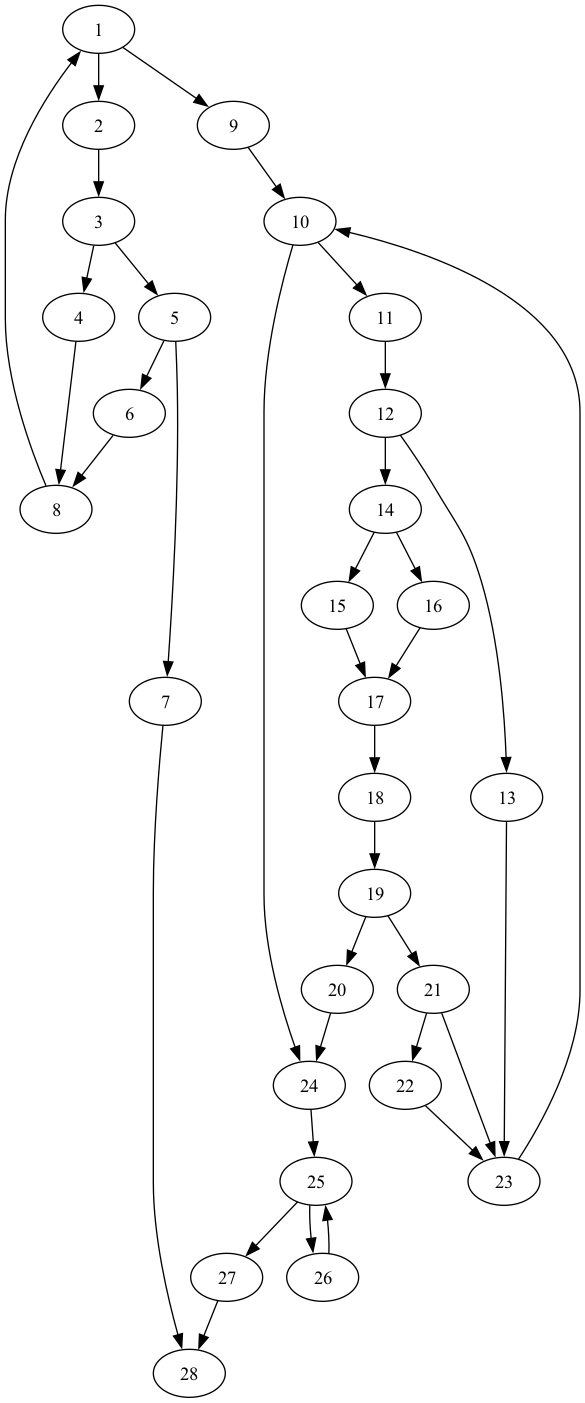
Before: Assignment 4/after4.png, a diagram exported from Graphviz (Nabla7/Software-Engineering-Practica). Its source is kept beside it as Assignment 4/after4.dot.
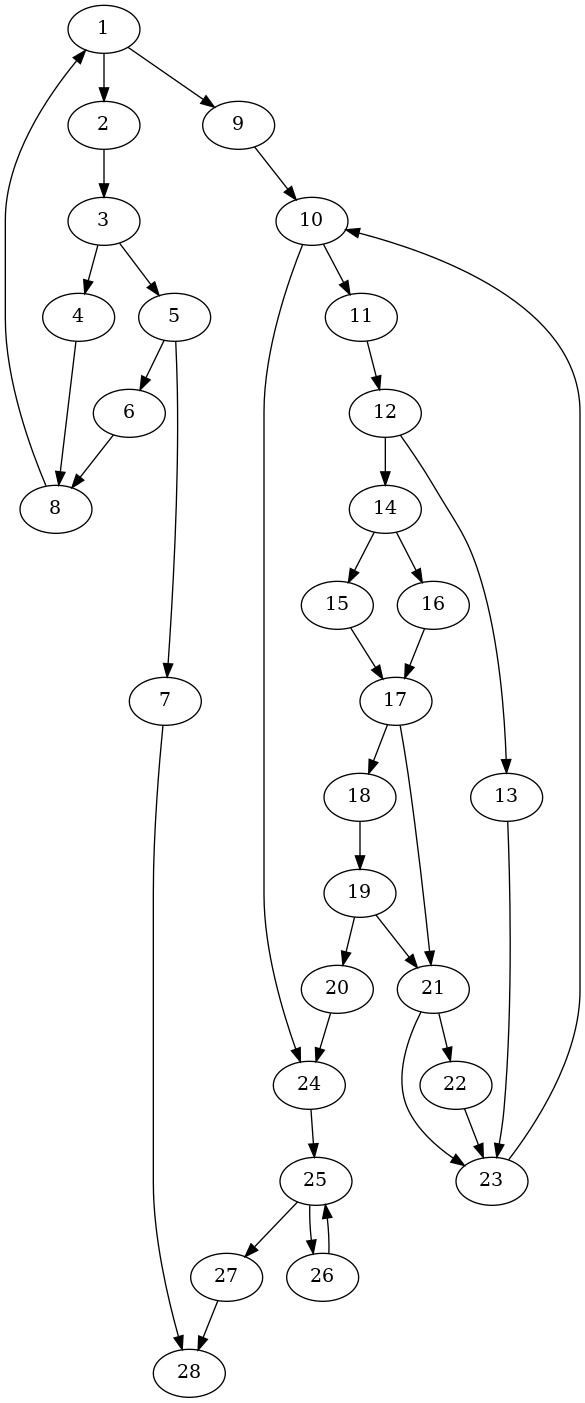
After the commit.

Change to the diagram source:
```diff
@@ -22,6 +22,7 @@
   15 -> 17;
   16 -> 17;
   17 -> 18;
+  17 -> 21;
   18 -> 19;
   19 -> 20;
   19 -> 21;
```
